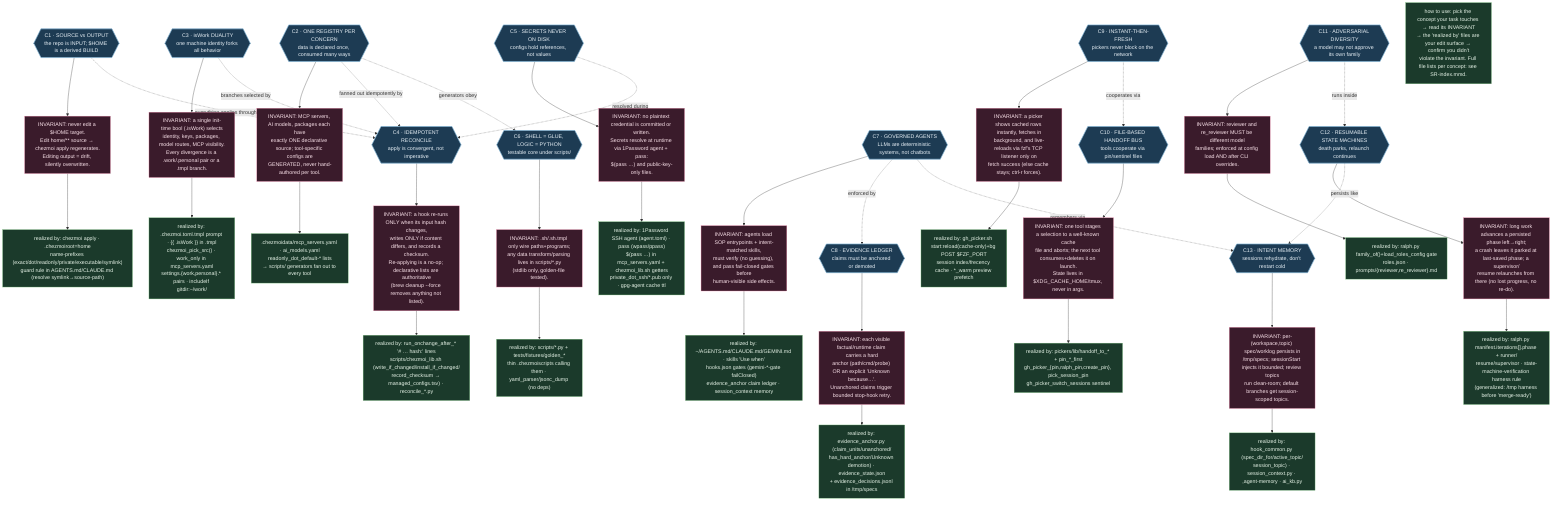
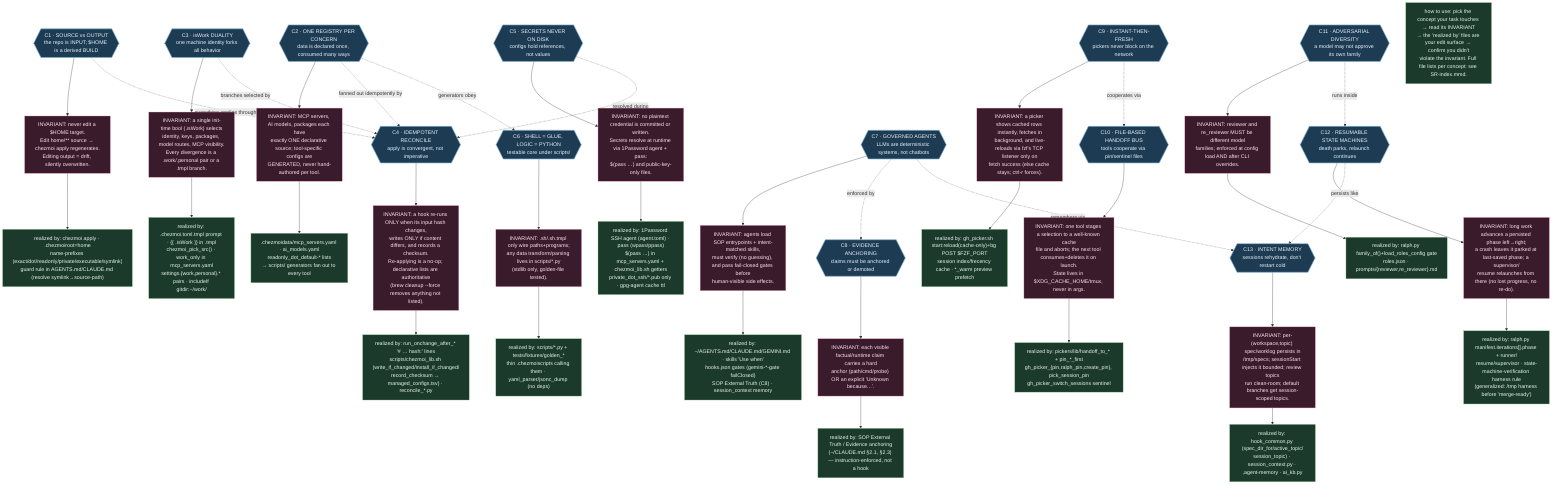
%% ============================================================================
%% S0-concepts.mmd — THE SEMANTIC CLOUD. Read this FIRST, before any catalog.
%% This is NOT a folder tree. It is the set of ~12 ideas this repo is built on,
%% each with its INVARIANT (the rule that must hold) and the few files that
%% REALIZE/ENFORCE it. Understand these and the whole system is legible; every
%% catalog file (00-13) is just an instance of one of these concepts.
%% Edge label "violates →" points at what breaks if the invariant is ignored.
%% ============================================================================
graph TB
    classDef concept fill:#1d3b53,stroke:#7fb3d5,color:#eaf2f8,stroke-width:2px;
    classDef inv fill:#3a1b2b,stroke:#f48fb1,color:#fce4ec;
    classDef realize fill:#1b3a2b,stroke:#81c784,color:#e8f5e9;

    %% ---- C1 Source-of-truth / generated-output split -----------------------
    C1{{"C1 · SOURCE vs OUTPUT<br/>the repo is INPUT; $HOME is a derived BUILD"}}:::concept
    C1 --> I1["INVARIANT: never edit a $HOME target.<br/>Edit home/** source → chezmoi apply regenerates.<br/>Editing output = drift, silently overwritten."]:::inv
    I1 --> R1["realized by: chezmoi apply · .chezmoiroot=home<br/>name-prefixes (exact/dot/readonly/private/executable/symlink)<br/>guard rule in AGENTS.md/CLAUDE.md (resolve symlink→source-path)"]:::realize

    %% ---- C2 Canonical registries (single source per concern) ---------------
    C2{{"C2 · ONE REGISTRY PER CONCERN<br/>data is declared once, consumed many ways"}}:::concept
    C2 --> I2["INVARIANT: MCP servers, AI models, packages each have<br/>exactly ONE declarative source; tool-specific configs are<br/>GENERATED, never hand-authored per tool."]:::inv
    I2 --> R2[".chezmoidata/mcp_servers.yaml · ai_models.yaml<br/>readonly_dot_default-* lists<br/>→ scripts/ generators fan out to every tool"]:::realize

    %% ---- C3 Work/Personal duality ------------------------------------------
    C3{{"C3 · isWork DUALITY<br/>one machine identity forks all behavior"}}:::concept
    C3 --> I3["INVARIANT: a single init-time bool (.isWork) selects<br/>identity, keys, packages, model routes, MCP visibility.<br/>Every divergence is a .work/.personal pair or a .tmpl branch."]:::inv
    I3 --> R3["realized by: .chezmoi.toml.tmpl prompt · {{ .isWork }} in .tmpl<br/>chezmoi_pick_src() · work_only in mcp_servers.yaml<br/>settings.{work,personal}.* pairs · includeIf gitdir:~/work/"]:::realize

    %% ---- C4 Idempotent reconcile (hash-gate + manifest) --------------------
    C4{{"C4 · IDEMPOTENT RECONCILE<br/>apply is convergent, not imperative"}}:::concept
    C4 --> I4["INVARIANT: a hook re-runs ONLY when its input hash changes,<br/>writes ONLY if content differs, and records a checksum.<br/>Re-applying is a no-op; declarative lists are authoritative<br/>(brew cleanup --force removes anything not listed)."]:::inv
    I4 --> R4["realized by: run_onchange_after_* '# … hash:' lines<br/>scripts/chezmoi_lib.sh (write_if_changed/install_if_changed/<br/>record_checksum → managed_configs.tsv) · reconcile_*.py"]:::realize

    %% ---- C5 Secrets-at-runtime ---------------------------------------------
    C5{{"C5 · SECRETS NEVER ON DISK<br/>configs hold references, not values"}}:::concept
    C5 --> I5["INVARIANT: no plaintext credential is committed or written.<br/>Secrets resolve at runtime via 1Password agent + pass:<br/>$(pass …) and public-key-only files."]:::inv
    I5 --> R5["realized by: 1Password SSH agent (agent.toml) · pass (wpass/ppass)<br/>$(pass …) in mcp_servers.yaml + chezmoi_lib.sh getters<br/>private_dot_ssh/*.pub only · gpg-agent cache ttl"]:::realize

    %% ---- C6 Thin shell / typed core ----------------------------------------
    C6{{"C6 · SHELL = GLUE, LOGIC = PYTHON<br/>testable core under scripts/"}}:::concept
    C6 --> I6["INVARIANT: .sh/.sh.tmpl only wire paths+programs;<br/>any data transform/parsing lives in scripts/*.py<br/>(stdlib only, golden-file tested)."]:::inv
    I6 --> R6["realized by: scripts/*.py + tests/fixtures/golden_*<br/>thin .chezmoiscripts calling them · yaml_parser/jsonc_dump (no deps)"]:::realize

    %% ---- C7 Intent-routed governance ---------------------------------------
    C7{{"C7 · GOVERNED AGENTS<br/>LLMs are deterministic systems, not chatbots"}}:::concept
    C7 --> I7["INVARIANT: agents load SOP entrypoints + intent-matched skills,<br/>must verify (no guessing), and pass fail-closed gates before<br/>human-visible side effects."]:::inv
-     I7 --> R7["realized by: ~/AGENTS.md/CLAUDE.md/GEMINI.md · skills 'Use when'<br/>hooks.json gates (gemini-*-gate failClosed)<br/>evidence_anchor claim ledger · session_context memory"]:::realize
+     I7 --> R7["realized by: ~/AGENTS.md/CLAUDE.md/GEMINI.md · skills 'Use when'<br/>hooks.json gates (gemini-*-gate failClosed)<br/>SOP External Truth (C8) · session_context memory"]:::realize

-     %% ---- C8 Evidence ledger (bounded retry) --------------------------------
-     C8{{"C8 · EVIDENCE LEDGER<br/>claims must be anchored or demoted"}}:::concept
-     C8 --> I8["INVARIANT: each visible factual/runtime claim carries a hard<br/>anchor (path/cmd/probe) OR an explicit 'Unknown because…'.<br/>Unanchored claims trigger bounded stop-hook retry."]:::inv
-     I8 --> R8["realized by: evidence_anchor.py (claim_units/unanchored/<br/>has_hard_anchor/Unknown demotion) · evidence_state.json<br/>+ evidence_decisions.jsonl in /tmp/specs"]:::realize
+     %% ---- C8 Evidence anchoring (SOP discipline) ----------------------------
+     C8{{"C8 · EVIDENCE ANCHORING<br/>claims must be anchored or demoted"}}:::concept
+     C8 --> I8["INVARIANT: each visible factual/runtime claim carries a hard<br/>anchor (path/cmd/probe) OR an explicit 'Unknown because…'."]:::inv
+     I8 --> R8["realized by: SOP External Truth / Evidence anchoring<br/>(~/CLAUDE.md §2.1, §2.3) — instruction-enforced, not a hook"]:::realize

    %% ---- C9 Stale-while-revalidate UX --------------------------------------
    C9{{"C9 · INSTANT-THEN-FRESH<br/>pickers never block on the network"}}:::concept
    C9 --> I9["INVARIANT: a picker shows cached rows instantly, fetches in<br/>background, and live-reloads via fzf's TCP listener only on<br/>fetch success (else cache stays; ctrl-r forces)."]:::inv
    I9 --> R9["realized by: gh_picker.sh start:reload(cache-only)+bg POST $FZF_PORT<br/>session index/frecency cache · *_warm preview prefetch"]:::realize

    %% ---- C10 Handoff bus ----------------------------------------------------
    C10{{"C10 · FILE-BASED HANDOFF BUS<br/>tools cooperate via pin/sentinel files"}}:::concept
    C10 --> I10["INVARIANT: one tool stages a selection to a well-known cache<br/>file and aborts; the next tool consumes+deletes it on launch.<br/>State lives in $XDG_CACHE_HOME/tmux, never in args."]:::inv
    I10 --> R10["realized by: pickers/lib/handoff_to_* + pin_*_first<br/>gh_picker_{pin,ralph_pin,create_pin}, pick_session_pin<br/>gh_picker_switch_sessions sentinel"]:::realize

    %% ---- C11 Diversity gate (adversarial review) ---------------------------
    C11{{"C11 · ADVERSARIAL DIVERSITY<br/>a model may not approve its own family"}}:::concept
    C11 --> I11["INVARIANT: reviewer and re_reviewer MUST be different model<br/>families; enforced at config load AND after CLI overrides."]:::inv
    I11 --> R11["realized by: ralph.py family_of()+load_roles_config gate<br/>roles.json · prompts/{reviewer,re_reviewer}.md"]:::realize

    %% ---- C12 Resumable state machine ---------------------------------------
    C12{{"C12 · RESUMABLE STATE MACHINES<br/>death parks, relaunch continues"}}:::concept
    C12 --> I12["INVARIANT: long work advances a persisted phase left→right;<br/>a crash leaves it parked at last-saved phase; a supervisor/<br/>resume relaunches from there (no lost progress, no re-do)."]:::inv
    I12 --> R12["realized by: ralph.py manifest.iterations[].phase + runner/<br/>resume/supervisor · state-machine-verification harness rule<br/>(generalized: /tmp harness before 'merge-ready')"]:::realize

    %% ---- C13 Persistent intent memory --------------------------------------
    C13{{"C13 · INTENT MEMORY<br/>sessions rehydrate, don't restart cold"}}:::concept
    C13 --> I13["INVARIANT: per-(workspace,topic) spec/worklog persists in<br/>/tmp/specs; sessionStart injects it bounded; review topics<br/>run clean-room; default branches get session-scoped topics."]:::inv
    I13 --> R13["realized by: hook_common.py (spec_dir_for/active_topic/<br/>session_topic) · session_context.py · ,agent-memory · ai_kb.py"]:::realize

    %% ---- how concepts compose ----------------------------------------------
    C1 -. "everything applies through" .-> C4
    C2 -. "fanned out idempotently by" .-> C4
    C3 -. "branches selected by" .-> C4
    C2 -. "generators obey" .-> C6
    C5 -. "resolved during" .-> C4
    C7 -. "enforced by" .-> C8
    C7 -. "remembers via" .-> C13
    C9 -. "cooperates via" .-> C10
    C11 -. "runs inside" .-> C12
    C12 -. "persists like" .-> C13

    LEGEND["how to use: pick the concept your task touches → read its INVARIANT<br/>→ the 'realized by' files are your edit surface → confirm you didn't<br/>violate the invariant. Full file lists per concept: see SR-index.mmd."]:::realize
